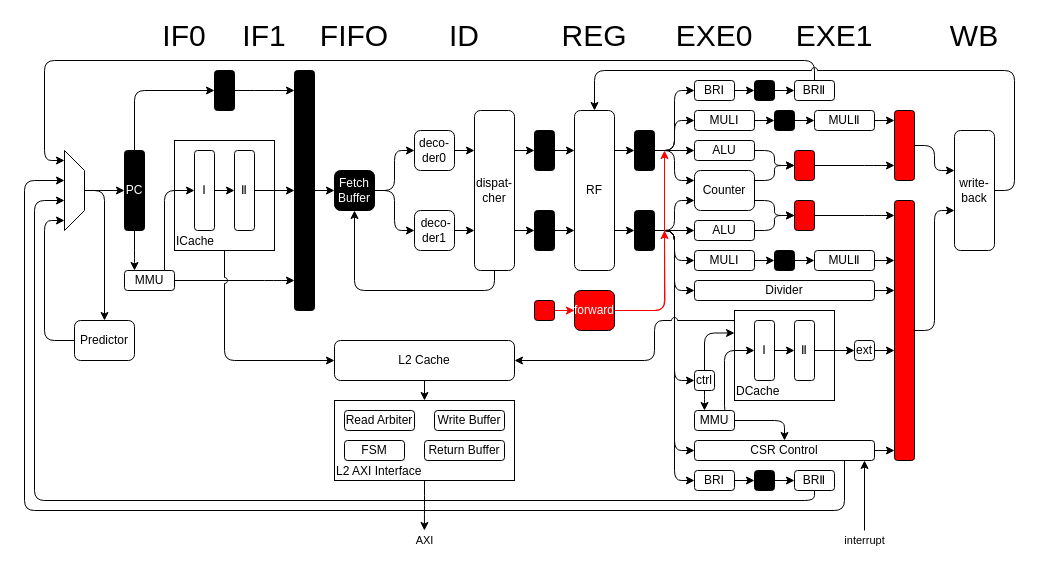
Before: 未命名绘图4.drawio in caochenrui/Draw.io, a draw.io diagram. Source tidied: cells renumbered, new cells numbered last; positions are measured from the earlier drawing's top-left corner, leaving out a move shared by most shapes. Both pictures are drawn from the tidied source at 100%, with x=0, y=0 at pixel (24, 20).
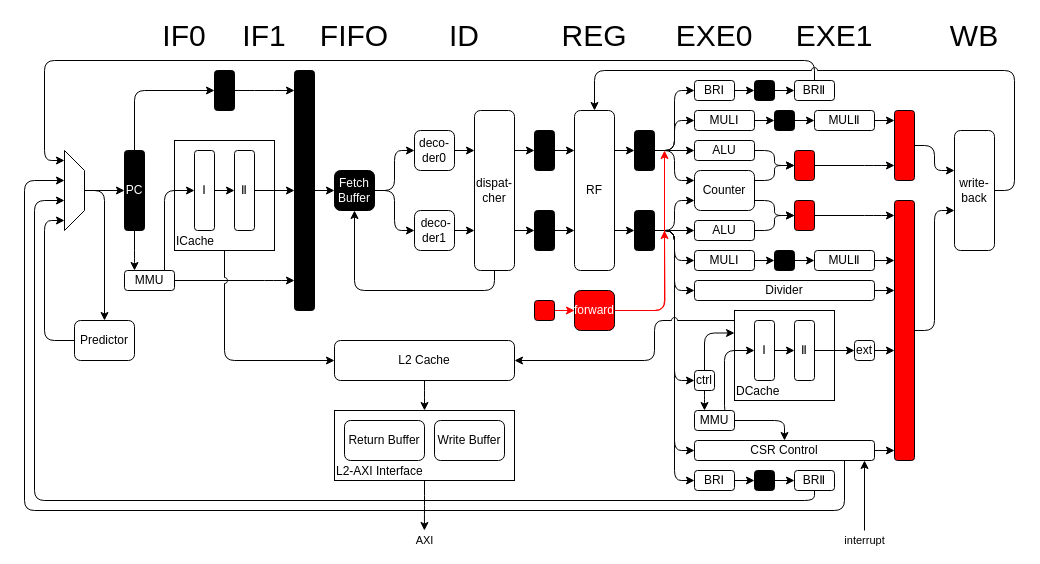
The same diagram, later.

Commit message:
更新未命名绘图4.drawio

The edit, as a diff of the source:
```diff
@@
-    <mxCell id="131" value="L2 AXI Interface" style="rounded=0;whiteSpace=wrap;html=1;align=left;verticalAlign=bottom;" parent="1" vertex="1">
-      <mxGeometry x="310" y="380" width="180" height="80" as="geometry" />
+    <mxCell id="131" value="L2-AXI Interface" style="rounded=0;whiteSpace=wrap;html=1;align=left;verticalAlign=bottom;" parent="1" vertex="1">
+      <mxGeometry x="310" y="390" width="180" height="70" as="geometry" />
     </mxCell>
     <mxCell id="132" value="Write Buffer" style="rounded=1;whiteSpace=wrap;html=1;" parent="1" vertex="1">
-      <mxGeometry x="410" y="390" width="70" height="20" as="geometry" />
+      <mxGeometry x="410" y="400" width="70" height="40" as="geometry" />
     </mxCell>
-    <mxCell id="133" value="Read Arbiter" style="rounded=1;whiteSpace=wrap;html=1;" parent="1" vertex="1">
-      <mxGeometry x="320" y="390" width="70" height="20" as="geometry" />
-    </mxCell>
-    <mxCell id="134" value="FSM" style="rounded=1;whiteSpace=wrap;html=1;" parent="1" vertex="1">
-      <mxGeometry x="320" y="420" width="60" height="20" as="geometry" />
-    </mxCell>
     <mxCell id="135" value="Return Buffer" style="rounded=1;whiteSpace=wrap;html=1;" parent="1" vertex="1">
-      <mxGeometry x="400" y="420" width="80" height="20" as="geometry" />
+      <mxGeometry x="320" y="400" width="80" height="40" as="geometry" />
     </mxCell>
```
